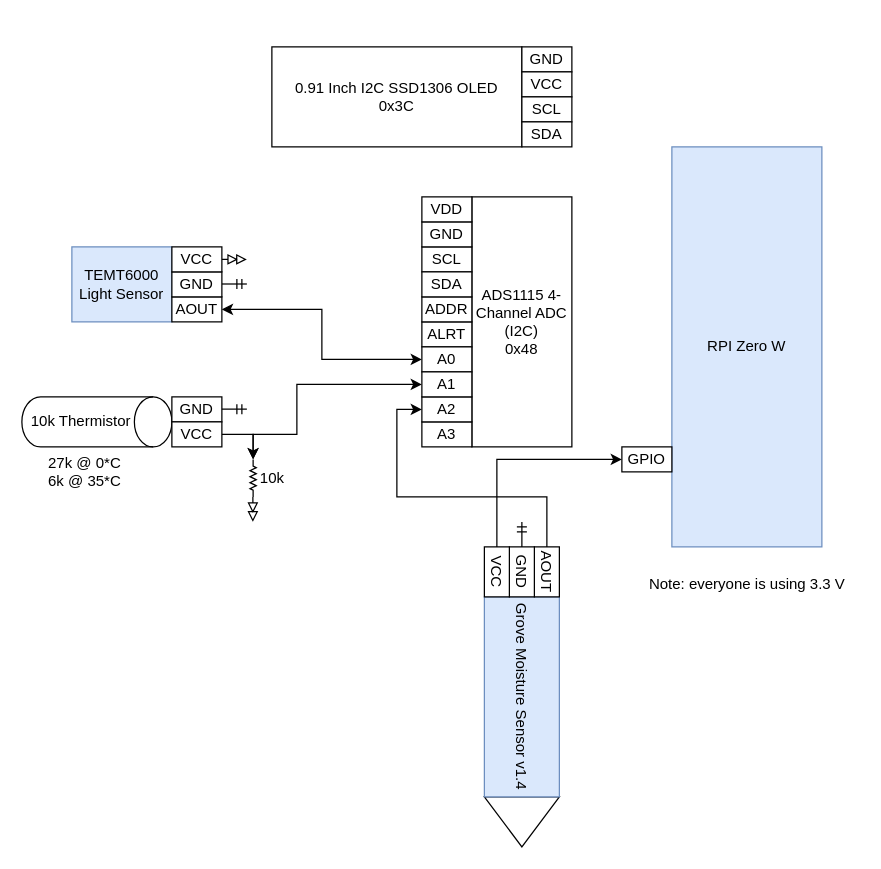
This is page "rpi version" (2 of 3) of cad/plants_hardware.drawio from starmaid/plant-monitor, a draw.io file, before an edit. Source tidied: cells renumbered, new cells numbered last; positions are measured from the earlier drawing's top-left corner, leaving out a move shared by most shapes. Both pictures are drawn from the tidied source at 125%, with x=0, y=0 at pixel (21, 46).
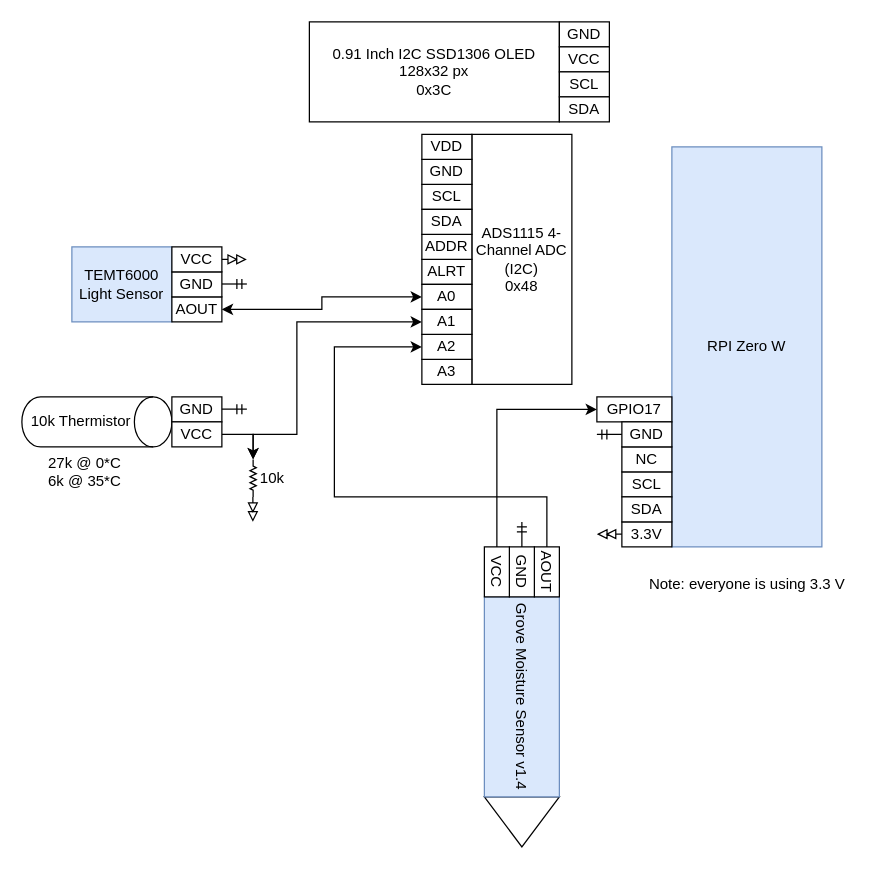
The same page after the edit.

Unchanged cells that the change refers to:
```xml
<mxCell id="5" value="AOUT" style="rounded=0;whiteSpace=wrap;html=1;rotation=90;" parent="2" vertex="1">
  <mxGeometry x="120" y="-80" width="40" height="20" as="geometry" />
</mxCell>
<mxCell id="7" value="VCC" style="rounded=0;whiteSpace=wrap;html=1;rotation=90;" parent="2" vertex="1">
  <mxGeometry x="80" y="-80" width="40" height="20" as="geometry" />
</mxCell>
<mxCell id="32" style="verticalLabelPosition=bottom;shadow=0;dashed=0;align=center;html=1;verticalAlign=top;shape=mxgraph.electrical.resistors.resistor_2;rotation=90;" parent="1" vertex="1">
  <mxGeometry x="170" y="342.5" width="30" height="5" as="geometry" />
</mxCell>
```

Diff of the diagram source:
```diff
@@
-    <mxCell id="15" value="0.91 Inch I2C SSD1306 OLED&lt;br&gt;0x3C" style="rounded=0;whiteSpace=wrap;html=1;" parent="1" vertex="1">
-      <mxGeometry x="200" width="200" height="80" as="geometry" />
+    <mxCell id="15" value="0.91 Inch I2C SSD1306 OLED&lt;br&gt;128x32 px&lt;br&gt;0x3C" style="rounded=0;whiteSpace=wrap;html=1;" parent="1" vertex="1">
+      <mxGeometry x="230" y="-20" width="200" height="80" as="geometry" />
     </mxCell>
     <mxCell id="16" value="GND" style="rounded=0;whiteSpace=wrap;html=1;rotation=0;" parent="1" vertex="1">
-      <mxGeometry x="400" width="40" height="20" as="geometry" />
+      <mxGeometry x="430" y="-20" width="40" height="20" as="geometry" />
     </mxCell>
     <mxCell id="17" value="VCC" style="rounded=0;whiteSpace=wrap;html=1;rotation=0;" parent="1" vertex="1">
-      <mxGeometry x="400" y="20" width="40" height="20" as="geometry" />
+      <mxGeometry x="430" width="40" height="20" as="geometry" />
     </mxCell>
     <mxCell id="18" value="SCL" style="rounded=0;whiteSpace=wrap;html=1;rotation=0;" parent="1" vertex="1">
-      <mxGeometry x="400" y="40" width="40" height="20" as="geometry" />
+      <mxGeometry x="430" y="20" width="40" height="20" as="geometry" />
     </mxCell>
     <mxCell id="19" value="SDA" style="rounded=0;whiteSpace=wrap;html=1;rotation=0;" parent="1" vertex="1">
-      <mxGeometry x="400" y="60" width="40" height="20" as="geometry" />
+      <mxGeometry x="430" y="40" width="40" height="20" as="geometry" />
     </mxCell>
     <mxCell id="20" value="ADS1115 4-Channel ADC (I2C)&lt;br&gt;0x48" style="rounded=0;whiteSpace=wrap;html=1;" parent="1" vertex="1">
-      <mxGeometry x="360" y="120" width="80" height="200" as="geometry" />
+      <mxGeometry x="360" y="70" width="80" height="200" as="geometry" />
     </mxCell>
     <mxCell id="21" value="SCL" style="rounded=0;whiteSpace=wrap;html=1;rotation=0;" parent="1" vertex="1">
-      <mxGeometry x="320" y="160" width="40" height="20" as="geometry" />
+      <mxGeometry x="320" y="110" width="40" height="20" as="geometry" />
     </mxCell>
     <mxCell id="22" value="GND" style="rounded=0;whiteSpace=wrap;html=1;rotation=0;" parent="1" vertex="1">
-      <mxGeometry x="320" y="140" width="40" height="20" as="geometry" />
+      <mxGeometry x="320" y="90" width="40" height="20" as="geometry" />
     </mxCell>
     <mxCell id="23" value="VDD" style="rounded=0;whiteSpace=wrap;html=1;rotation=0;" parent="1" vertex="1">
-      <mxGeometry x="320" y="120" width="40" height="20" as="geometry" />
+      <mxGeometry x="320" y="70" width="40" height="20" as="geometry" />
     </mxCell>
     <mxCell id="24" value="ALRT" style="rounded=0;whiteSpace=wrap;html=1;rotation=0;" parent="1" vertex="1">
-      <mxGeometry x="320" y="220" width="40" height="20" as="geometry" />
+      <mxGeometry x="320" y="170" width="40" height="20" as="geometry" />
     </mxCell>
     <mxCell id="25" value="ADDR" style="rounded=0;whiteSpace=wrap;html=1;rotation=0;" parent="1" vertex="1">
-      <mxGeometry x="320" y="200" width="40" height="20" as="geometry" />
+      <mxGeometry x="320" y="150" width="40" height="20" as="geometry" />
     </mxCell>
     <mxCell id="26" value="SDA" style="rounded=0;whiteSpace=wrap;html=1;rotation=0;" parent="1" vertex="1">
-      <mxGeometry x="320" y="180" width="40" height="20" as="geometry" />
+      <mxGeometry x="320" y="130" width="40" height="20" as="geometry" />
     </mxCell>
     <mxCell id="27" value="A0" style="rounded=0;whiteSpace=wrap;html=1;rotation=0;" parent="1" vertex="1">
-      <mxGeometry x="320" y="240" width="40" height="20" as="geometry" />
+      <mxGeometry x="320" y="190" width="40" height="20" as="geometry" />
     </mxCell>
     <mxCell id="28" value="A3" style="rounded=0;whiteSpace=wrap;html=1;rotation=0;" parent="1" vertex="1">
-      <mxGeometry x="320" y="300" width="40" height="20" as="geometry" />
+      <mxGeometry x="320" y="250" width="40" height="20" as="geometry" />
     </mxCell>
     <mxCell id="29" value="A2" style="rounded=0;whiteSpace=wrap;html=1;rotation=0;" parent="1" vertex="1">
-      <mxGeometry x="320" y="280" width="40" height="20" as="geometry" />
+      <mxGeometry x="320" y="230" width="40" height="20" as="geometry" />
     </mxCell>
     <mxCell id="30" style="edgeStyle=orthogonalEdgeStyle;rounded=0;jettySize=auto;html=1;entryX=0;entryY=0.5;entryDx=0;entryDy=0;entryPerimeter=0;startArrow=classic;startFill=1;" parent="1" edge="1" source="31" target="32">
       <mxGeometry relative="1" as="geometry">
         <Array as="points">
-          <mxPoint x="220" y="270" />
+          <mxPoint x="220" y="220" />
           <mxPoint x="220" y="310" />
           <mxPoint x="185" y="310" />
         </Array>
       </mxGeometry>
     </mxCell>
     <mxCell id="31" value="A1" style="rounded=0;whiteSpace=wrap;html=1;rotation=0;" parent="1" vertex="1">
-      <mxGeometry x="320" y="260" width="40" height="20" as="geometry" />
+      <mxGeometry x="320" y="210" width="40" height="20" as="geometry" />
     </mxCell>
@@
     <mxCell id="41" style="edgeStyle=orthogonalEdgeStyle;rounded=0;jettySize=auto;html=1;entryX=0;entryY=0.5;entryDx=0;entryDy=0;" parent="1" edge="1" source="5" target="29">
       <mxGeometry relative="1" as="geometry">
         <Array as="points">
           <mxPoint x="420" y="360" />
-          <mxPoint x="300" y="360" />
-          <mxPoint x="300" y="290" />
+          <mxPoint x="250" y="360" />
+          <mxPoint x="250" y="240" />
         </Array>
       </mxGeometry>
     </mxCell>
@@
-    <mxCell id="43" value="GPIO" style="rounded=0;whiteSpace=wrap;html=1;rotation=0;" parent="1" vertex="1">
-      <mxGeometry x="480" y="320" width="40" height="20" as="geometry" />
+    <mxCell id="43" value="GPIO17" style="rounded=0;whiteSpace=wrap;html=1;rotation=0;" parent="1" vertex="1">
+      <mxGeometry x="460" y="280" width="60" height="20" as="geometry" />
     </mxCell>
     <mxCell id="44" style="edgeStyle=orthogonalEdgeStyle;rounded=0;jettySize=auto;html=1;entryX=0;entryY=0.5;entryDx=0;entryDy=0;" parent="1" edge="1" source="7" target="43">
       <mxGeometry relative="1" as="geometry">
         <Array as="points">
-          <mxPoint x="380" y="330" />
+          <mxPoint x="380" y="290" />
         </Array>
       </mxGeometry>
     </mxCell>
@@
+    <mxCell id="47" value="3.3V" style="rounded=0;whiteSpace=wrap;html=1;rotation=0;" parent="1" vertex="1">
+      <mxGeometry x="480" y="380" width="40" height="20" as="geometry" />
+    </mxCell>
+    <mxCell id="48" style="edgeStyle=orthogonalEdgeStyle;rounded=0;orthogonalLoop=1;jettySize=auto;html=1;endArrow=doubleBlock;endFill=0;" parent="1" edge="1">
+      <mxGeometry relative="1" as="geometry">
+        <mxPoint x="480" y="389.8" as="sourcePoint" />
+        <mxPoint x="460" y="389.8" as="targetPoint" />
+      </mxGeometry>
+    </mxCell>
+    <mxCell id="49" value="SCL" style="rounded=0;whiteSpace=wrap;html=1;rotation=0;" parent="1" vertex="1">
+      <mxGeometry x="480" y="340" width="40" height="20" as="geometry" />
+    </mxCell>
+    <mxCell id="50" value="SDA" style="rounded=0;whiteSpace=wrap;html=1;rotation=0;" parent="1" vertex="1">
+      <mxGeometry x="480" y="360" width="40" height="20" as="geometry" />
+    </mxCell>
+    <mxCell id="51" value="NC" style="rounded=0;whiteSpace=wrap;html=1;rotation=0;" parent="1" vertex="1">
+      <mxGeometry x="480" y="320" width="40" height="20" as="geometry" />
+    </mxCell>
+    <mxCell id="52" value="GND" style="rounded=0;whiteSpace=wrap;html=1;rotation=0;" parent="1" vertex="1">
+      <mxGeometry x="480" y="300" width="40" height="20" as="geometry" />
+    </mxCell>
+    <mxCell id="53" style="edgeStyle=orthogonalEdgeStyle;rounded=0;jettySize=auto;html=1;endArrow=ERmandOne;endFill=0;exitX=0;exitY=0.5;exitDx=0;exitDy=0;" parent="1" edge="1" source="52">
+      <mxGeometry relative="1" as="geometry">
+        <mxPoint x="460" y="310" as="targetPoint" />
+      </mxGeometry>
+    </mxCell>
```
